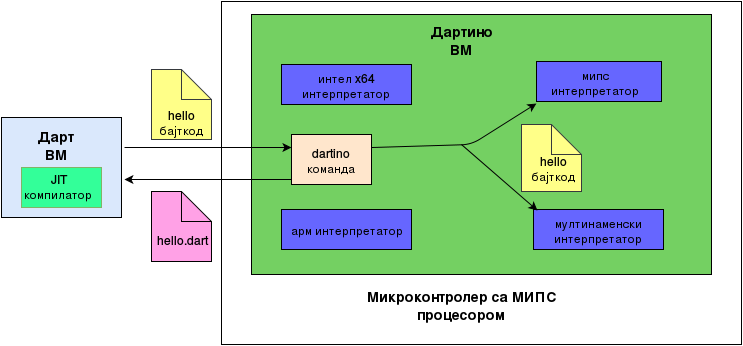
Above: dartidartino1.png in StefanaCerovina/MasterRad (draw.io), before the change. Source tidied: cells renumbered, new cells last; positions are measured from the earlier drawing's top-left corner, leaving out a move shared by most shapes. Source of this version:
```xml
<mxGraphModel background="#ffffff">
  <root>
    <mxCell id="0" />
    <mxCell id="1" parent="0" />
    <mxCell id="2" style="shape=note;whiteSpace=wrap;html=1;strokeColor=#000000;fillColor=#FFA1E6;gradientColor=none;" parent="1" vertex="1">
      <mxGeometry x="150" y="190" width="60" height="70" as="geometry" />
    </mxCell>
    <mxCell id="3" style="whiteSpace=wrap;html=1;strokeColor=#000000;fillColor=#ffe6cc;" parent="1" vertex="1">
      <mxGeometry x="270" y="135" width="120" height="55" as="geometry" />
    </mxCell>
    <mxCell id="4" style="whiteSpace=wrap;html=1;strokeColor=#000000;fillColor=#74D062;" parent="1" vertex="1">
      <mxGeometry x="250" y="13" width="460" height="260" as="geometry" />
    </mxCell>
    <mxCell id="5" style="whiteSpace=wrap;html=1;strokeColor=#000000;fillColor=#dae8fc;" parent="1" vertex="1">
      <mxGeometry y="116" width="120" height="100" as="geometry" />
    </mxCell>
    <mxCell id="6" style="endArrow=classic;html=1;entryX=1.025;entryY=0.62;exitX=0.025;exitY=0.9;exitPerimeter=0;entryPerimeter=0;" parent="1" edge="1" source="21" target="5">
      <mxGeometry relative="1" as="geometry" />
    </mxCell>
    <mxCell id="7" style="whiteSpace=wrap;html=1;strokeColor=#000000;fillColor=#6666FF;gradientColor=#6666FF;" parent="1" vertex="1">
      <mxGeometry x="535" y="60" width="125" height="40" as="geometry" />
    </mxCell>
    <mxCell id="8" style="endArrow=classic;html=1;entryX=0;entryY=0.25;" parent="1" edge="1" target="21">
      <mxGeometry relative="1" as="geometry">
        <mxPoint x="123" y="146" as="sourcePoint" />
      </mxGeometry>
    </mxCell>
    <mxCell id="9" style="shape=note;whiteSpace=wrap;html=1;strokeColor=#36393d;fillColor=#ffff88;" parent="1" vertex="1">
      <mxGeometry x="520" y="123" width="60" height="67" as="geometry" />
    </mxCell>
    <mxCell id="10" value="hello.dart" style="text;html=1;strokeColor=none;fillColor=none;align=center;verticalAlign=middle;whiteSpace=wrap;" parent="1" vertex="1">
      <mxGeometry x="160" y="228" width="40" height="20" as="geometry" />
    </mxCell>
    <mxCell id="11" value="hello бајткод" style="text;html=1;strokeColor=none;fillColor=none;align=center;verticalAlign=middle;whiteSpace=wrap;" parent="1" vertex="1">
      <mxGeometry x="532" y="138" width="40" height="56" as="geometry" />
    </mxCell>
    <mxCell id="12" value="мипс интерпретатор&lt;br&gt;" style="text;html=1;strokeColor=none;fillColor=none;align=center;verticalAlign=middle;whiteSpace=wrap;" parent="1" vertex="1">
      <mxGeometry x="574" y="70" width="40" height="20" as="geometry" />
    </mxCell>
    <mxCell id="13" value="&lt;font style=&quot;font-size: 14px&quot;&gt;&lt;b&gt;Дартино ВМ&lt;br&gt;&lt;/b&gt;&lt;/font&gt;" style="text;html=1;strokeColor=none;fillColor=none;align=center;verticalAlign=middle;whiteSpace=wrap;" parent="1" vertex="1">
      <mxGeometry x="440" y="28" width="40" height="20" as="geometry" />
    </mxCell>
    <mxCell id="14" style="whiteSpace=wrap;html=1;strokeColor=#82b366;fillColor=#33FF99;gradientColor=#33FF99;" parent="1" vertex="1">
      <mxGeometry x="20" y="166" width="80" height="40" as="geometry" />
    </mxCell>
    <mxCell id="15" value="JIT компилатор&lt;br&gt;" style="text;html=1;strokeColor=none;fillColor=none;align=center;verticalAlign=middle;whiteSpace=wrap;" parent="1" vertex="1">
      <mxGeometry x="55" y="179" width="5" height="10" as="geometry" />
    </mxCell>
    <mxCell id="16" style="shape=note;whiteSpace=wrap;html=1;strokeColor=#36393d;fillColor=#ffff88;" parent="1" vertex="1">
      <mxGeometry x="150" y="68" width="60" height="70" as="geometry" />
    </mxCell>
    <mxCell id="17" value="hello бајткод" style="text;html=1;strokeColor=none;fillColor=none;align=center;verticalAlign=middle;whiteSpace=wrap;" parent="1" vertex="1">
      <mxGeometry x="160" y="110" width="40" height="20" as="geometry" />
    </mxCell>
    <mxCell id="18" value="арм интерпретатор&lt;br&gt;" style="whiteSpace=wrap;html=1;strokeColor=#000000;fillColor=#6666FF;gradientColor=#6666FF;" parent="1" vertex="1">
      <mxGeometry x="280" y="208" width="130" height="40" as="geometry" />
    </mxCell>
    <mxCell id="19" value="мултинаменски интерпретатор&lt;br&gt;" style="whiteSpace=wrap;html=1;strokeColor=#000000;fillColor=#6666FF;gradientColor=#6666FF;" parent="1" vertex="1">
      <mxGeometry x="532" y="208" width="130" height="40" as="geometry" />
    </mxCell>
    <mxCell id="20" value="интел x64 интерпретатор&lt;br&gt;" style="whiteSpace=wrap;html=1;strokeColor=#000000;fillColor=#6666FF;gradientColor=#6666FF;" parent="1" vertex="1">
      <mxGeometry x="280" y="63" width="130" height="40" as="geometry" />
    </mxCell>
    <mxCell id="21" value="dartino команда&lt;br&gt;" style="whiteSpace=wrap;html=1;strokeColor=#000000;fillColor=#ffe6cc;" parent="1" vertex="1">
      <mxGeometry x="290" y="133" width="80" height="50" as="geometry" />
    </mxCell>
    <mxCell id="22" value="&lt;font style=&quot;font-size: 14px&quot;&gt;&lt;b&gt;Микроконтролер са МИПС процесором&lt;br&gt;&lt;/b&gt;&lt;/font&gt;" style="text;html=1;strokeColor=none;fillColor=none;align=center;verticalAlign=middle;whiteSpace=wrap;" parent="1" vertex="1">
      <mxGeometry x="320" y="293" width="280" height="20" as="geometry" />
    </mxCell>
    <mxCell id="23" style="endArrow=classic;html=1;exitX=1;exitY=0.25;entryX=0;entryY=1.05;entryPerimeter=0;" parent="1" edge="1" source="21" target="7">
      <mxGeometry relative="1" as="geometry">
        <Array as="points">
          <mxPoint x="470" y="143" />
        </Array>
      </mxGeometry>
    </mxCell>
    <mxCell id="24" style="endArrow=classic;html=1;entryX=0.031;entryY=0.025;entryPerimeter=0;" parent="1" edge="1" target="19">
      <mxGeometry relative="1" as="geometry">
        <mxPoint x="460" y="143" as="sourcePoint" />
      </mxGeometry>
    </mxCell>
    <mxCell id="25" style="whiteSpace=wrap;html=1;strokeColor=#000000;fillColor=none;gradientColor=#33FF99;" parent="1" vertex="1">
      <mxGeometry x="220" width="520" height="343" as="geometry" />
    </mxCell>
    <mxCell id="26" value="&lt;font style=&quot;font-size: 14px&quot;&gt;&lt;b&gt;Дарт ВМ&lt;/b&gt;&lt;/font&gt;&lt;br&gt;" style="text;html=1;strokeColor=none;fillColor=none;align=center;verticalAlign=middle;whiteSpace=wrap;" parent="1" vertex="1">
      <mxGeometry x="35" y="133" width="40" height="20" as="geometry" />
    </mxCell>
  </root>
</mxGraphModel>
```
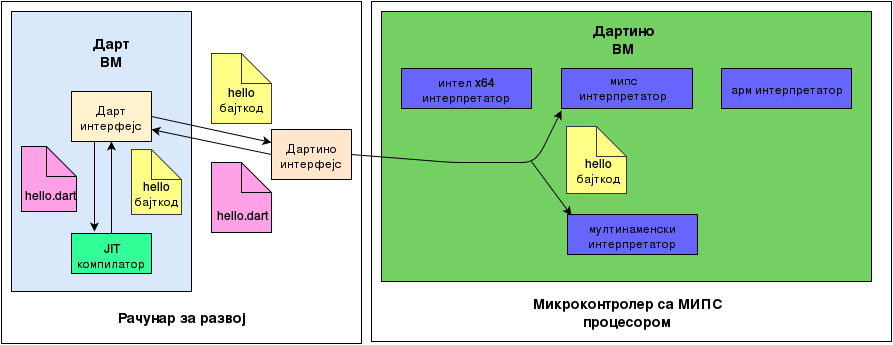
After the commit.

Change to the diagram source:
```diff
@@ -3,87 +3,117 @@
     <mxCell id="0" />
     <mxCell id="1" parent="0" />
     <mxCell id="2" style="shape=note;whiteSpace=wrap;html=1;strokeColor=#000000;fillColor=#FFA1E6;gradientColor=none;" parent="1" vertex="1">
-      <mxGeometry x="150" y="190" width="60" height="70" as="geometry" />
+      <mxGeometry x="140" y="154" width="60" height="70" as="geometry" />
     </mxCell>
-    <mxCell id="3" style="whiteSpace=wrap;html=1;strokeColor=#000000;fillColor=#ffe6cc;" parent="1" vertex="1">
-      <mxGeometry x="270" y="135" width="120" height="55" as="geometry" />
-    </mxCell>
     <mxCell id="4" style="whiteSpace=wrap;html=1;strokeColor=#000000;fillColor=#74D062;" parent="1" vertex="1">
-      <mxGeometry x="250" y="13" width="460" height="260" as="geometry" />
+      <mxGeometry x="310" y="3" width="490" height="270" as="geometry" />
     </mxCell>
     <mxCell id="5" style="whiteSpace=wrap;html=1;strokeColor=#000000;fillColor=#dae8fc;" parent="1" vertex="1">
-      <mxGeometry y="116" width="120" height="100" as="geometry" />
+      <mxGeometry x="-60" y="3" width="180" height="280" as="geometry" />
     </mxCell>
-    <mxCell id="6" style="endArrow=classic;html=1;entryX=1.025;entryY=0.62;exitX=0.025;exitY=0.9;exitPerimeter=0;entryPerimeter=0;" parent="1" edge="1" source="21" target="5">
-      <mxGeometry relative="1" as="geometry" />
-    </mxCell>
     <mxCell id="7" style="whiteSpace=wrap;html=1;strokeColor=#000000;fillColor=#6666FF;gradientColor=#6666FF;" parent="1" vertex="1">
-      <mxGeometry x="535" y="60" width="125" height="40" as="geometry" />
+      <mxGeometry x="490" y="60" width="131" height="40" as="geometry" />
     </mxCell>
-    <mxCell id="8" style="endArrow=classic;html=1;entryX=0;entryY=0.25;" parent="1" edge="1" target="21">
-      <mxGeometry relative="1" as="geometry">
-        <mxPoint x="123" y="146" as="sourcePoint" />
-      </mxGeometry>
+    <mxCell id="8" style="endArrow=classic;html=1;entryX=0;entryY=0.25;exitX=1;exitY=0.5;" parent="1" edge="1" source="29" target="21">
+      <mxGeometry relative="1" as="geometry" />
     </mxCell>
     <mxCell id="9" style="shape=note;whiteSpace=wrap;html=1;strokeColor=#36393d;fillColor=#ffff88;" parent="1" vertex="1">
-      <mxGeometry x="520" y="123" width="60" height="67" as="geometry" />
+      <mxGeometry x="495" y="118" width="60" height="67" as="geometry" />
     </mxCell>
     <mxCell id="10" value="hello.dart" style="text;html=1;strokeColor=none;fillColor=none;align=center;verticalAlign=middle;whiteSpace=wrap;" parent="1" vertex="1">
-      <mxGeometry x="160" y="228" width="40" height="20" as="geometry" />
+      <mxGeometry x="150" y="196" width="40" height="20" as="geometry" />
     </mxCell>
     <mxCell id="11" value="hello бајткод" style="text;html=1;strokeColor=none;fillColor=none;align=center;verticalAlign=middle;whiteSpace=wrap;" parent="1" vertex="1">
-      <mxGeometry x="532" y="138" width="40" height="56" as="geometry" />
+      <mxGeometry x="507" y="133" width="40" height="56" as="geometry" />
     </mxCell>
     <mxCell id="12" value="мипс интерпретатор&lt;br&gt;" style="text;html=1;strokeColor=none;fillColor=none;align=center;verticalAlign=middle;whiteSpace=wrap;" parent="1" vertex="1">
-      <mxGeometry x="574" y="70" width="40" height="20" as="geometry" />
+      <mxGeometry x="532" y="68" width="40" height="20" as="geometry" />
     </mxCell>
     <mxCell id="13" value="&lt;font style=&quot;font-size: 14px&quot;&gt;&lt;b&gt;Дартино ВМ&lt;br&gt;&lt;/b&gt;&lt;/font&gt;" style="text;html=1;strokeColor=none;fillColor=none;align=center;verticalAlign=middle;whiteSpace=wrap;" parent="1" vertex="1">
-      <mxGeometry x="440" y="28" width="40" height="20" as="geometry" />
+      <mxGeometry x="532" y="20" width="40" height="20" as="geometry" />
     </mxCell>
-    <mxCell id="14" style="whiteSpace=wrap;html=1;strokeColor=#82b366;fillColor=#33FF99;gradientColor=#33FF99;" parent="1" vertex="1">
-      <mxGeometry x="20" y="166" width="80" height="40" as="geometry" />
+    <mxCell id="14" style="whiteSpace=wrap;html=1;strokeColor=#000000;fillColor=#33FF99;gradientColor=#33FF99;" parent="1" vertex="1">
+      <mxGeometry y="225" width="80" height="40" as="geometry" />
     </mxCell>
     <mxCell id="15" value="JIT компилатор&lt;br&gt;" style="text;html=1;strokeColor=none;fillColor=none;align=center;verticalAlign=middle;whiteSpace=wrap;" parent="1" vertex="1">
-      <mxGeometry x="55" y="179" width="5" height="10" as="geometry" />
+      <mxGeometry x="5" y="245" width="70" height="3" as="geometry" />
     </mxCell>
     <mxCell id="16" style="shape=note;whiteSpace=wrap;html=1;strokeColor=#36393d;fillColor=#ffff88;" parent="1" vertex="1">
-      <mxGeometry x="150" y="68" width="60" height="70" as="geometry" />
+      <mxGeometry x="140" y="45" width="60" height="70" as="geometry" />
     </mxCell>
     <mxCell id="17" value="hello бајткод" style="text;html=1;strokeColor=none;fillColor=none;align=center;verticalAlign=middle;whiteSpace=wrap;" parent="1" vertex="1">
-      <mxGeometry x="160" y="110" width="40" height="20" as="geometry" />
+      <mxGeometry x="150" y="80" width="40" height="20" as="geometry" />
     </mxCell>
     <mxCell id="18" value="арм интерпретатор&lt;br&gt;" style="whiteSpace=wrap;html=1;strokeColor=#000000;fillColor=#6666FF;gradientColor=#6666FF;" parent="1" vertex="1">
-      <mxGeometry x="280" y="208" width="130" height="40" as="geometry" />
+      <mxGeometry x="650" y="60" width="130" height="40" as="geometry" />
     </mxCell>
     <mxCell id="19" value="мултинаменски интерпретатор&lt;br&gt;" style="whiteSpace=wrap;html=1;strokeColor=#000000;fillColor=#6666FF;gradientColor=#6666FF;" parent="1" vertex="1">
-      <mxGeometry x="532" y="208" width="130" height="40" as="geometry" />
+      <mxGeometry x="496" y="206" width="130" height="40" as="geometry" />
     </mxCell>
     <mxCell id="20" value="интел x64 интерпретатор&lt;br&gt;" style="whiteSpace=wrap;html=1;strokeColor=#000000;fillColor=#6666FF;gradientColor=#6666FF;" parent="1" vertex="1">
-      <mxGeometry x="280" y="63" width="130" height="40" as="geometry" />
+      <mxGeometry x="330" y="60" width="130" height="40" as="geometry" />
     </mxCell>
-    <mxCell id="21" value="dartino команда&lt;br&gt;" style="whiteSpace=wrap;html=1;strokeColor=#000000;fillColor=#ffe6cc;" parent="1" vertex="1">
-      <mxGeometry x="290" y="133" width="80" height="50" as="geometry" />
+    <mxCell id="21" value="Дартино интерфејс&lt;br&gt;" style="whiteSpace=wrap;html=1;strokeColor=#000000;fillColor=#ffe6cc;" parent="1" vertex="1">
+      <mxGeometry x="200" y="121" width="80" height="50" as="geometry" />
     </mxCell>
     <mxCell id="22" value="&lt;font style=&quot;font-size: 14px&quot;&gt;&lt;b&gt;Микроконтролер са МИПС процесором&lt;br&gt;&lt;/b&gt;&lt;/font&gt;" style="text;html=1;strokeColor=none;fillColor=none;align=center;verticalAlign=middle;whiteSpace=wrap;" parent="1" vertex="1">
-      <mxGeometry x="320" y="293" width="280" height="20" as="geometry" />
+      <mxGeometry x="416" y="293" width="280" height="20" as="geometry" />
     </mxCell>
-    <mxCell id="23" style="endArrow=classic;html=1;exitX=1;exitY=0.25;entryX=0;entryY=1.05;entryPerimeter=0;" parent="1" edge="1" source="21" target="7">
+    <mxCell id="23" style="endArrow=classic;html=1;exitX=1;exitY=0.5;entryX=0;entryY=1.05;entryPerimeter=0;" parent="1" edge="1" source="21" target="7">
       <mxGeometry relative="1" as="geometry">
         <Array as="points">
+          <mxPoint x="380" y="154" />
+          <mxPoint x="460" y="154" />
           <mxPoint x="470" y="143" />
         </Array>
       </mxGeometry>
     </mxCell>
     <mxCell id="24" style="endArrow=classic;html=1;entryX=0.031;entryY=0.025;entryPerimeter=0;" parent="1" edge="1" target="19">
       <mxGeometry relative="1" as="geometry">
-        <mxPoint x="460" y="143" as="sourcePoint" />
+        <mxPoint x="460" y="153" as="sourcePoint" />
       </mxGeometry>
     </mxCell>
-    <mxCell id="25" style="whiteSpace=wrap;html=1;strokeColor=#000000;fillColor=none;gradientColor=#33FF99;" parent="1" vertex="1">
-      <mxGeometry x="220" width="520" height="343" as="geometry" />
-    </mxCell>
     <mxCell id="26" value="&lt;font style=&quot;font-size: 14px&quot;&gt;&lt;b&gt;Дарт ВМ&lt;/b&gt;&lt;/font&gt;&lt;br&gt;" style="text;html=1;strokeColor=none;fillColor=none;align=center;verticalAlign=middle;whiteSpace=wrap;" parent="1" vertex="1">
-      <mxGeometry x="35" y="133" width="40" height="20" as="geometry" />
+      <mxGeometry x="20" y="33" width="40" height="20" as="geometry" />
     </mxCell>
+    <mxCell id="27" style="endArrow=classic;html=1;exitX=0;exitY=0.5;entryX=1;entryY=0.75;" parent="1" edge="1" source="21" target="29">
+      <mxGeometry relative="1" as="geometry" />
+    </mxCell>
+    <mxCell id="28" style="edgeStyle=orthogonalEdgeStyle;rounded=0;html=1;exitX=0.5;exitY=1;jettySize=auto;orthogonalLoop=1;" parent="1" edge="1" source="12" target="12">
+      <mxGeometry relative="1" as="geometry" />
+    </mxCell>
+    <mxCell id="29" value="Дарт интерфејс&lt;br&gt;" style="whiteSpace=wrap;html=1;strokeColor=#000000;fillColor=#fff2cc;" parent="1" vertex="1">
+      <mxGeometry y="83" width="80" height="50" as="geometry" />
+    </mxCell>
+    <mxCell id="30" style="endArrow=classic;html=1;" parent="1" edge="1">
+      <mxGeometry relative="1" as="geometry">
+        <mxPoint x="23" y="133" as="sourcePoint" />
+        <mxPoint x="23" y="223" as="targetPoint" />
+      </mxGeometry>
+    </mxCell>
+    <mxCell id="31" style="shape=note;whiteSpace=wrap;html=1;strokeColor=#000000;fillColor=#FFA1E6;gradientColor=none;" parent="1" vertex="1">
+      <mxGeometry x="-50" y="138" width="55" height="65" as="geometry" />
+    </mxCell>
+    <mxCell id="32" value="hello.dart" style="text;html=1;strokeColor=none;fillColor=none;align=center;verticalAlign=middle;whiteSpace=wrap;" parent="1" vertex="1">
+      <mxGeometry x="-42" y="176" width="40" height="20" as="geometry" />
+    </mxCell>
+    <mxCell id="33" style="shape=note;whiteSpace=wrap;html=1;strokeColor=#36393d;fillColor=#ffff88;" parent="1" vertex="1">
+      <mxGeometry x="60" y="141" width="50" height="65" as="geometry" />
+    </mxCell>
+    <mxCell id="34" value="hello бајткод" style="text;html=1;strokeColor=none;fillColor=none;align=center;verticalAlign=middle;whiteSpace=wrap;" parent="1" vertex="1">
+      <mxGeometry x="65" y="174" width="40" height="20" as="geometry" />
+    </mxCell>
+    <mxCell id="35" style="endArrow=classic;html=1;exitX=0.5;exitY=0;entryX=0.5;entryY=1;" parent="1" edge="1" source="14" target="29">
+      <mxGeometry relative="1" as="geometry" />
+    </mxCell>
+    <mxCell id="36" style="whiteSpace=wrap;html=1;strokeColor=#000000;fillColor=none;gradientColor=#33FF99;" parent="1" vertex="1">
+      <mxGeometry x="-70" y="-7" width="360" height="342" as="geometry" />
+    </mxCell>
+    <mxCell id="37" style="whiteSpace=wrap;html=1;strokeColor=#000000;fillColor=none;gradientColor=#33FF99;" parent="1" vertex="1">
+      <mxGeometry x="300" y="-7" width="520" height="340" as="geometry" />
+    </mxCell>
+    <mxCell id="38" value="&lt;font style=&quot;font-size: 14px;&quot;&gt;&lt;b&gt;Рачунар за развој&lt;/b&gt;&lt;/font&gt;" style="text;html=1;" parent="1" vertex="1">
+      <mxGeometry x="45" y="293" width="150" height="30" as="geometry" />
+    </mxCell>
   </root>
 </mxGraphModel>
```
